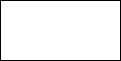
Before: static/img/SpringMVC调用时序图.png, a diagram exported from draw.io (LL1105/myblog). Source tidied: cells renumbered, new cells last; positions are measured from the earlier drawing's top-left corner, leaving out a move shared by most shapes. The source it was exported from:
```xml
<mxGraphModel>
  <root>
    <mxCell id="0" />
    <mxCell id="1" parent="0" />
    <mxCell id="2" style="rounded=0;whiteSpace=wrap;html=1;" parent="1" vertex="1">
      <mxGeometry width="120" height="60" as="geometry" />
    </mxCell>
  </root>
</mxGraphModel>
```
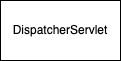
The same file after the commit.

Commit message:
更新SpringMVC调用时序图.png

Diff of the diagram source:
```diff
@@ -2,7 +2,7 @@
   <root>
     <mxCell id="0" />
     <mxCell id="1" parent="0" />
-    <mxCell id="2" style="rounded=0;whiteSpace=wrap;html=1;" parent="1" vertex="1">
+    <mxCell id="2" value="DispatcherServlet" style="rounded=0;whiteSpace=wrap;html=1;" parent="1" vertex="1">
       <mxGeometry width="120" height="60" as="geometry" />
     </mxCell>
   </root>
```
